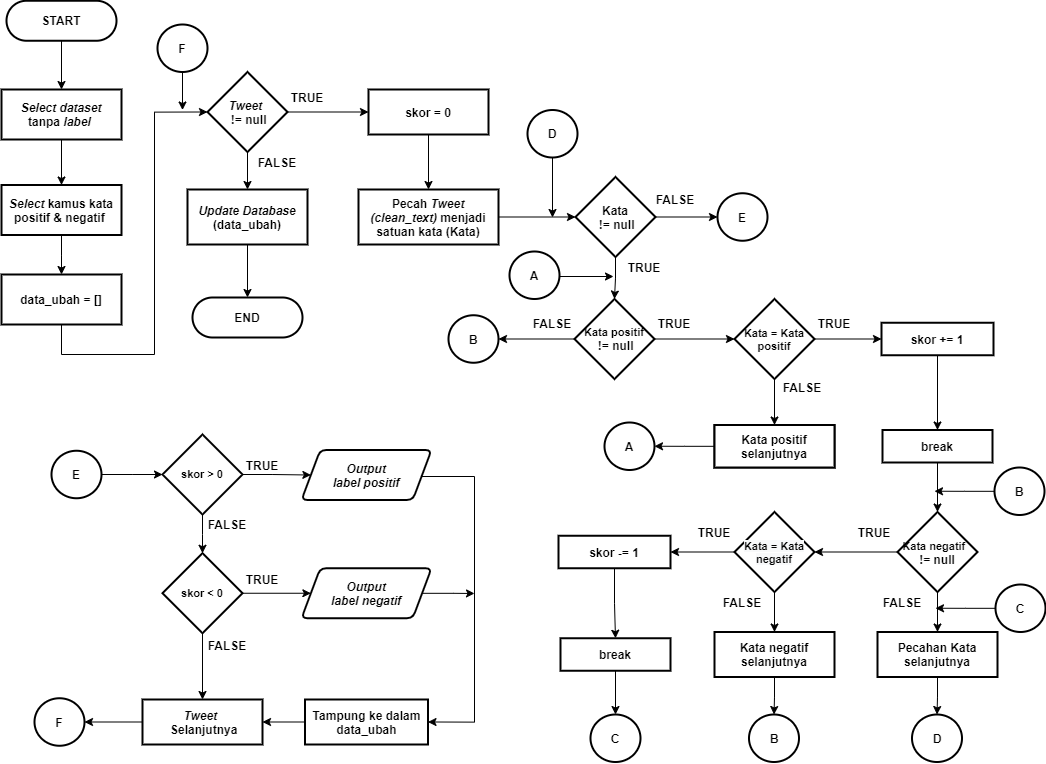
muspriandi/TextMining-SentimentAnalysis keeps this draw.io diagram as Dokumen TA/Paper/Flowchart/P9. Flowchart proses labeling.png. Above is the earlier version. Source tidied: cells renumbered, new cells last; positions are measured from the earlier drawing's top-left corner, leaving out a move shared by most shapes.
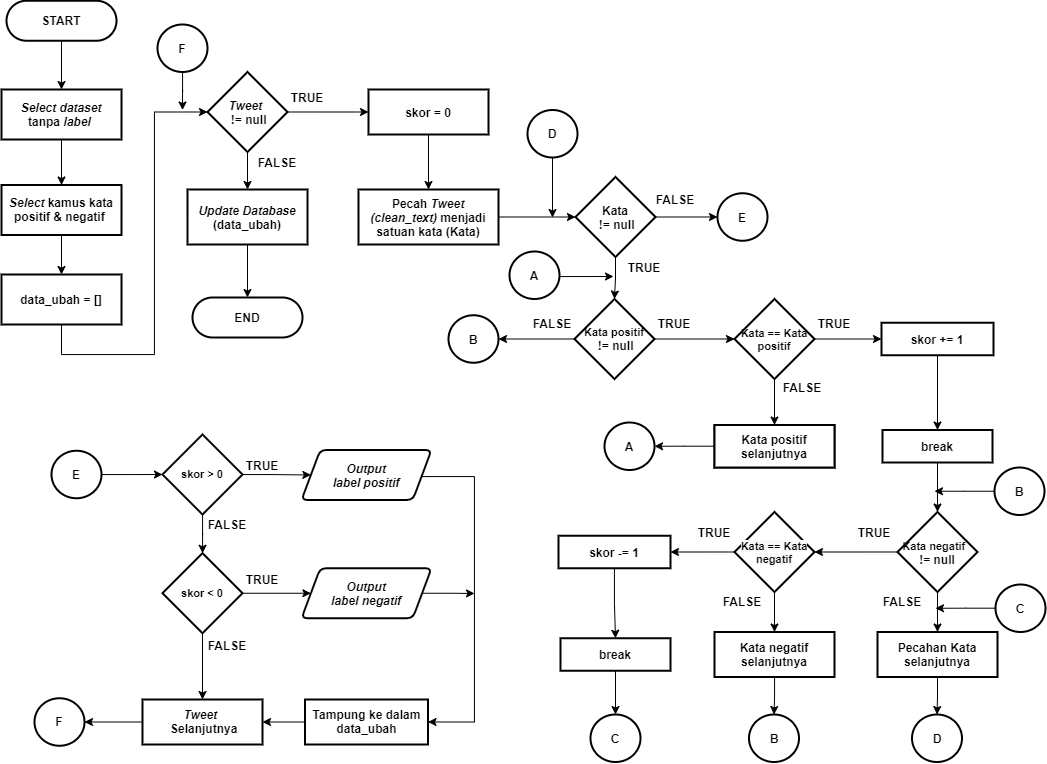
After the change.

The edit, as a diff of the source:
```diff
@@ -84,7 +84,7 @@
     <mxCell id="25" style="edgeStyle=orthogonalEdgeStyle;rounded=0;jettySize=auto;html=1;entryX=0;entryY=0.5;entryDx=0;entryDy=0;" parent="1" edge="1" source="26" target="28">
       <mxGeometry relative="1" as="geometry" />
     </mxCell>
-    <mxCell id="26" value="&lt;b&gt;Kata = Kata positif&lt;/b&gt;" style="strokeWidth=2;html=1;shape=mxgraph.flowchart.decision;whiteSpace=wrap;rounded=1;align=center;fontSize=11;" parent="1" vertex="1">
+    <mxCell id="26" value="&lt;b&gt;Kata == Kata positif&lt;/b&gt;" style="strokeWidth=2;html=1;shape=mxgraph.flowchart.decision;whiteSpace=wrap;rounded=1;align=center;fontSize=11;" parent="1" vertex="1">
       <mxGeometry x="733" y="298.5" width="80" height="80" as="geometry" />
     </mxCell>
     <mxCell id="27" style="edgeStyle=orthogonalEdgeStyle;rounded=0;jettySize=auto;html=1;entryX=0.5;entryY=0;entryDx=0;entryDy=0;" parent="1" edge="1" source="28" target="57">
@@ -99,7 +99,7 @@
     <mxCell id="30" style="edgeStyle=orthogonalEdgeStyle;rounded=0;jettySize=auto;html=1;entryX=0.5;entryY=0;entryDx=0;entryDy=0;" parent="1" edge="1" source="31" target="70">
       <mxGeometry relative="1" as="geometry" />
     </mxCell>
-    <mxCell id="31" value="&lt;b style=&quot;color: rgb(0 , 0 , 0) ; font-family: &amp;#34;helvetica&amp;#34; ; font-size: 11px ; font-style: normal ; letter-spacing: normal ; text-align: center ; text-indent: 0px ; text-transform: none ; word-spacing: 0px ; background-color: rgb(248 , 249 , 250)&quot;&gt;Kata = Kata negatif&lt;/b&gt;" style="strokeWidth=2;html=1;shape=mxgraph.flowchart.decision;whiteSpace=wrap;rounded=1;align=center;fontSize=11;" parent="1" vertex="1">
+    <mxCell id="31" value="&lt;b style=&quot;color: rgb(0 , 0 , 0) ; font-family: &amp;#34;helvetica&amp;#34; ; font-size: 11px ; font-style: normal ; letter-spacing: normal ; text-align: center ; text-indent: 0px ; text-transform: none ; word-spacing: 0px ; background-color: rgb(248 , 249 , 250)&quot;&gt;Kata == Kata negatif&lt;/b&gt;" style="strokeWidth=2;html=1;shape=mxgraph.flowchart.decision;whiteSpace=wrap;rounded=1;align=center;fontSize=11;" parent="1" vertex="1">
       <mxGeometry x="733" y="511.5" width="80" height="80" as="geometry" />
     </mxCell>
     <mxCell id="32" style="edgeStyle=orthogonalEdgeStyle;rounded=0;jettySize=auto;html=1;entryX=1;entryY=0.5;entryDx=0;entryDy=0;entryPerimeter=0;" parent="1" edge="1" source="33" target="77">
```
